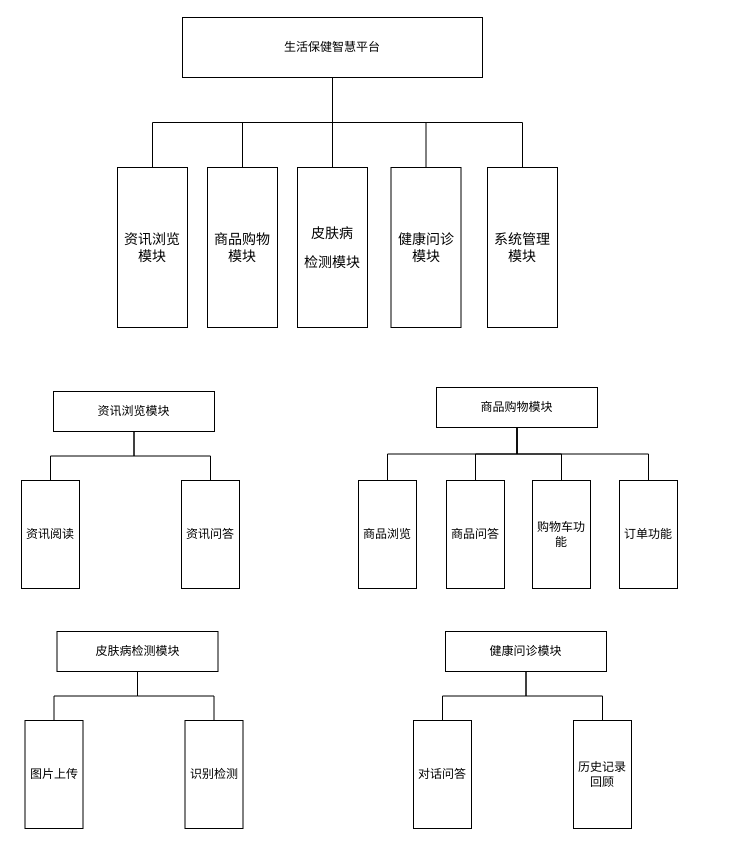
Earlier version of the draw.io diagram DrawIO/BS-1.drawio (JeckChen666/Jc-Private-Repository). Source tidied: cells renumbered, new cells numbered last; positions are measured from the earlier drawing's top-left corner, leaving out a move shared by most shapes. Both pictures are drawn from the tidied source at 100%, with x=0, y=0 at pixel (21, 17).
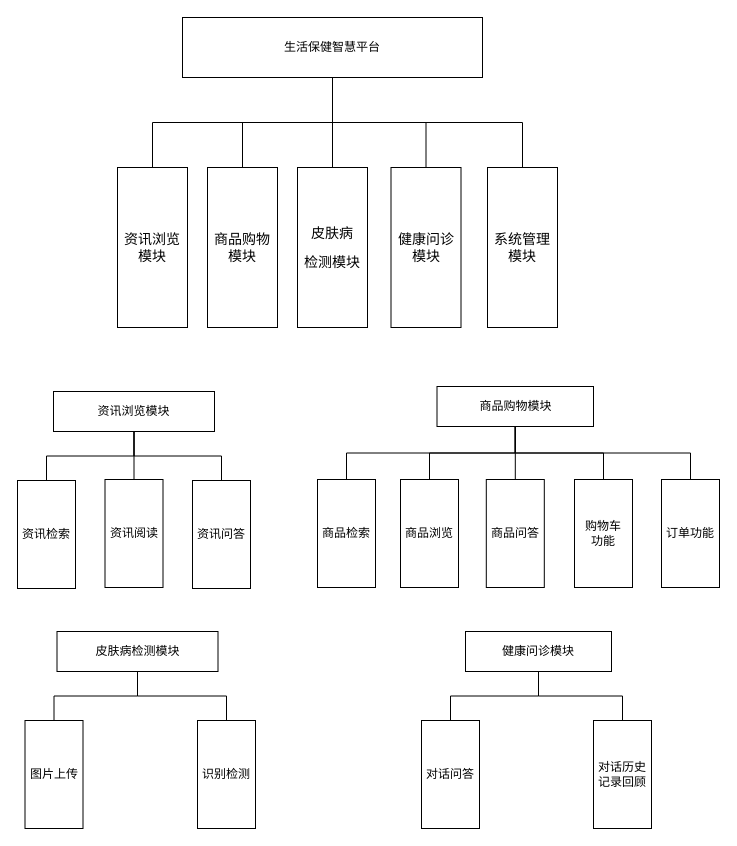
Above is the later version.

Commit message:
更新BS-1.drawio：调整模块

Unchanged cells that the change refers to:
```xml
<mxCell id="13" value="资讯浏览模块" style="rounded=0;whiteSpace=wrap;html=1;" parent="1" vertex="1">
  <mxGeometry x="32" y="374" width="161" height="40" as="geometry" />
</mxCell>
```

Change to the diagram source:
```diff
@@
     <mxCell id="15" value="资讯阅读" style="rounded=0;whiteSpace=wrap;html=1;" parent="1" vertex="1">
-      <mxGeometry y="463" width="58" height="108" as="geometry" />
+      <mxGeometry x="83.5" y="462" width="58" height="108" as="geometry" />
     </mxCell>
@@
     <mxCell id="17" value="资讯问答" style="rounded=0;whiteSpace=wrap;html=1;" parent="1" vertex="1">
-      <mxGeometry x="160" y="463" width="58" height="108" as="geometry" />
+      <mxGeometry x="171" y="463" width="58" height="108" as="geometry" />
     </mxCell>
     <mxCell id="18" value="商品购物模块" style="rounded=0;whiteSpace=wrap;html=1;" parent="1" vertex="1">
-      <mxGeometry x="415" y="370" width="161" height="40" as="geometry" />
+      <mxGeometry x="415.5" y="369" width="156.5" height="40" as="geometry" />
     </mxCell>
@@
     <mxCell id="20" value="商品浏览" style="rounded=0;whiteSpace=wrap;html=1;" parent="1" vertex="1">
-      <mxGeometry x="337" y="463" width="58" height="108" as="geometry" />
+      <mxGeometry x="379" y="462" width="58" height="108" as="geometry" />
     </mxCell>
@@
     <mxCell id="22" value="商品问答" style="rounded=0;whiteSpace=wrap;html=1;" parent="1" vertex="1">
-      <mxGeometry x="425" y="463" width="58" height="108" as="geometry" />
+      <mxGeometry x="464.8" y="462" width="58" height="108" as="geometry" />
     </mxCell>
@@
-    <mxCell id="24" value="购物车功能" style="rounded=0;whiteSpace=wrap;html=1;" parent="1" vertex="1">
-      <mxGeometry x="511" y="463" width="58" height="108" as="geometry" />
+    <mxCell id="24" value="购物车&lt;div&gt;功能&lt;/div&gt;" style="rounded=0;whiteSpace=wrap;html=1;" parent="1" vertex="1">
+      <mxGeometry x="553" y="462" width="58" height="108" as="geometry" />
     </mxCell>
@@
     <mxCell id="26" value="订单功能" style="rounded=0;whiteSpace=wrap;html=1;" parent="1" vertex="1">
-      <mxGeometry x="598" y="463" width="58" height="108" as="geometry" />
+      <mxGeometry x="640" y="462" width="58" height="108" as="geometry" />
     </mxCell>
@@
     <mxCell id="31" value="识别检测" style="rounded=0;whiteSpace=wrap;html=1;" parent="1" vertex="1">
-      <mxGeometry x="163.5" y="703" width="58" height="108" as="geometry" />
+      <mxGeometry x="176" y="703" width="58" height="108" as="geometry" />
     </mxCell>
     <mxCell id="32" value="健康问诊模块" style="rounded=0;whiteSpace=wrap;html=1;" parent="1" vertex="1">
-      <mxGeometry x="424" y="614" width="161" height="40" as="geometry" />
+      <mxGeometry x="444" y="614" width="146" height="40" as="geometry" />
     </mxCell>
@@
     <mxCell id="34" value="对话问答" style="rounded=0;whiteSpace=wrap;html=1;" parent="1" vertex="1">
-      <mxGeometry x="392" y="703" width="58" height="108" as="geometry" />
+      <mxGeometry x="400" y="703" width="58" height="108" as="geometry" />
     </mxCell>
@@
-    <mxCell id="36" value="历史记录回顾" style="rounded=0;whiteSpace=wrap;html=1;" parent="1" vertex="1">
-      <mxGeometry x="552" y="703" width="58" height="108" as="geometry" />
+    <mxCell id="36" value="对话历史记录回顾" style="rounded=0;whiteSpace=wrap;html=1;" parent="1" vertex="1">
+      <mxGeometry x="572" y="703" width="58" height="108" as="geometry" />
     </mxCell>
+    <mxCell id="37" style="edgeStyle=orthogonalEdgeStyle;rounded=0;jettySize=auto;html=1;exitX=0.5;exitY=0;exitDx=0;exitDy=0;entryX=0.5;entryY=1;entryDx=0;entryDy=0;endArrow=none;endFill=0;" parent="1" edge="1" source="38" target="13">
+      <mxGeometry relative="1" as="geometry" />
+    </mxCell>
+    <mxCell id="38" value="资讯检索" style="rounded=0;whiteSpace=wrap;html=1;" parent="1" vertex="1">
+      <mxGeometry x="-4" y="463" width="58" height="108" as="geometry" />
+    </mxCell>
+    <mxCell id="39" style="edgeStyle=orthogonalEdgeStyle;rounded=0;jettySize=auto;html=1;exitX=0.5;exitY=0;exitDx=0;exitDy=0;endArrow=none;endFill=0;" parent="1" edge="1" source="40" target="18">
+      <mxGeometry relative="1" as="geometry" />
+    </mxCell>
+    <mxCell id="40" value="商品检索" style="rounded=0;whiteSpace=wrap;html=1;" parent="1" vertex="1">
+      <mxGeometry x="296" y="462" width="58" height="108" as="geometry" />
+    </mxCell>
```
